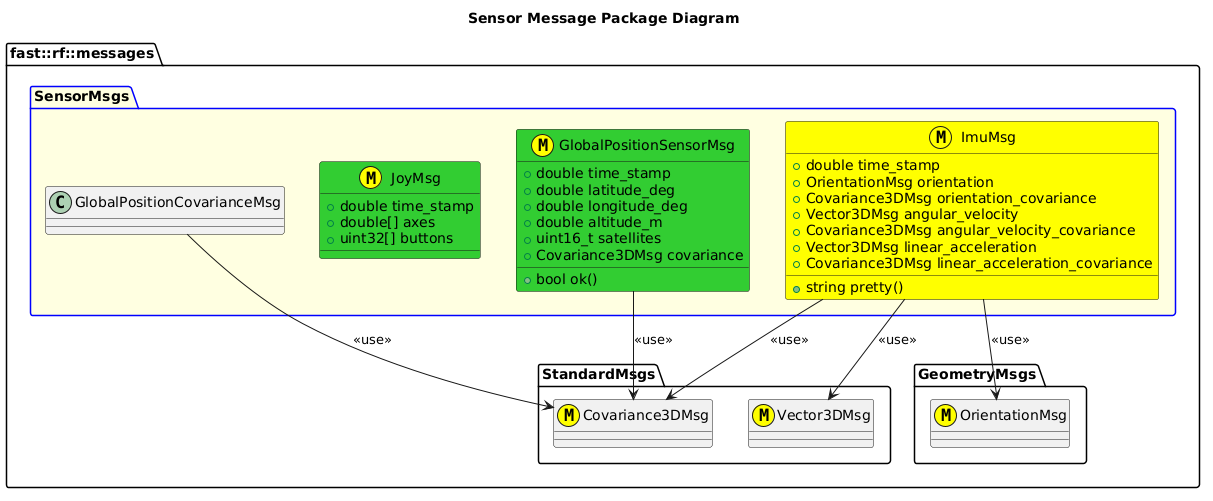
Before: msgs/SensorMsgs/doc/puml/SensorMessagesClassDiagram.png, a diagram exported from PlantUML (fastrobotics/robot_framework).
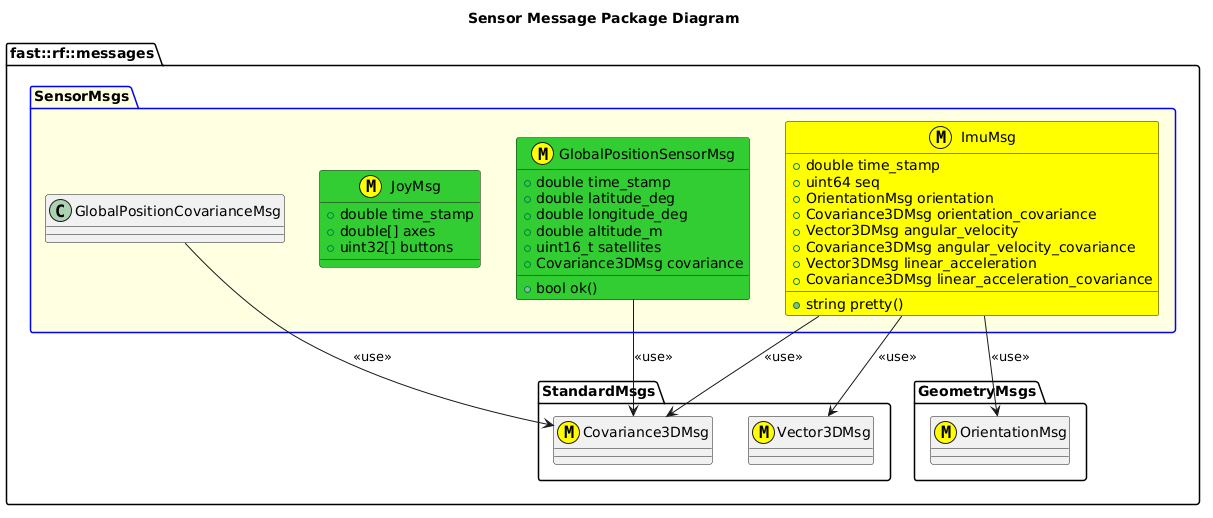
After the commit.

The edit, as a diff of the source:
```diff
@@ -30,6 +30,7 @@
 
     struct ImuMsg <<(M,#FFFF00)>> #Yellow {
       +double time_stamp
+      +uint64 seq
       +OrientationMsg orientation
       +Covariance3DMsg orientation_covariance
       +Vector3DMsg angular_velocity
```
